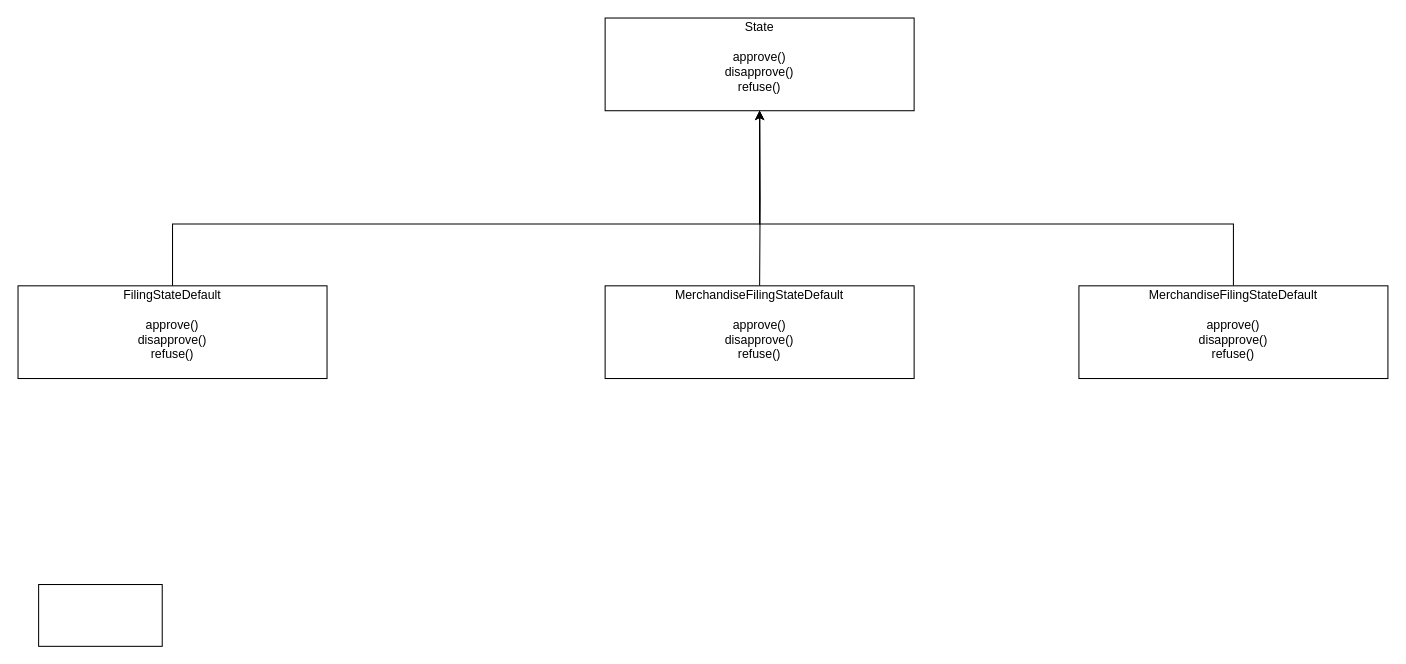
Earlier version of the draw.io diagram Untitled Diagram.drawio (cavs-coder/diagrams). Source tidied: cells renumbered, new cells numbered last; positions are measured from the earlier drawing's top-left corner, leaving out a move shared by most shapes. Both pictures are drawn from the tidied source at 103%, with x=0, y=0 at pixel (18, 18).
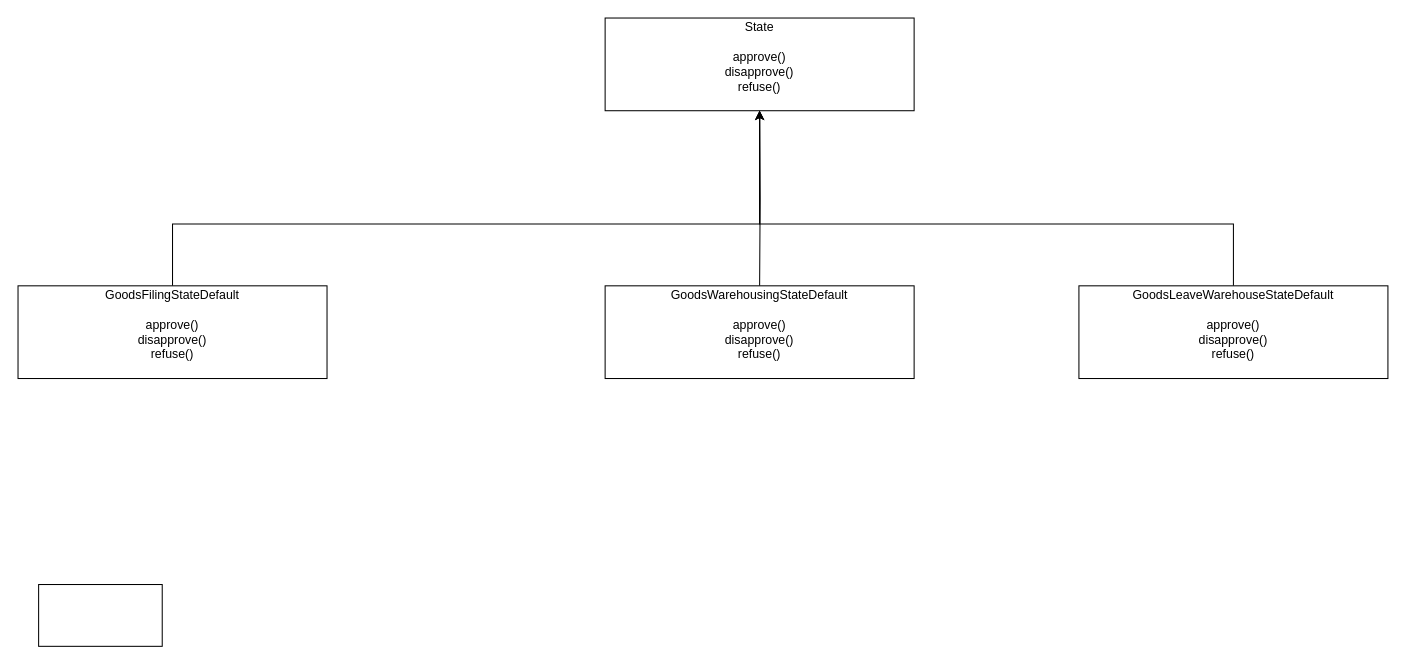
Above is the later version.

The edit, as a diff of the source:
```diff
@@
 <mxGraphModel>
   <root>
     <mxCell id="0" />
     <mxCell id="1" parent="0" />
     <mxCell id="2" value="&lt;span style=&quot;background-color: initial;&quot;&gt;State&lt;br&gt;&lt;br&gt;approve()&lt;br&gt;disapprove()&lt;br&gt;refuse()&lt;br&gt;&lt;br&gt;&lt;/span&gt;" style="rounded=0;whiteSpace=wrap;html=1;" parent="1" vertex="1">
       <mxGeometry x="570" width="300" height="90" as="geometry" />
     </mxCell>
     <mxCell id="3" style="edgeStyle=orthogonalEdgeStyle;rounded=0;jettySize=auto;html=1;entryX=0.5;entryY=1;entryDx=0;entryDy=0;" parent="1" edge="1" target="2">
       <mxGeometry relative="1" as="geometry">
         <mxPoint x="720" y="260" as="sourcePoint" />
       </mxGeometry>
     </mxCell>
     <mxCell id="4" style="rounded=0;whiteSpace=wrap;html=1;" parent="1" vertex="1">
       <mxGeometry x="20" y="550" width="120" height="60" as="geometry" />
     </mxCell>
     <mxCell id="5" style="edgeStyle=orthogonalEdgeStyle;rounded=0;jettySize=auto;html=1;entryX=0.5;entryY=1;entryDx=0;entryDy=0;" parent="1" edge="1" source="6" target="2">
       <mxGeometry relative="1" as="geometry">
         <Array as="points">
           <mxPoint x="150" y="200" />
           <mxPoint x="720" y="200" />
         </Array>
       </mxGeometry>
     </mxCell>
-    <mxCell id="6" value="FilingStateDefault&lt;span style=&quot;background-color: initial;&quot;&gt;&lt;br&gt;&lt;br&gt;approve()&lt;br&gt;disapprove()&lt;br&gt;refuse()&lt;br&gt;&lt;br&gt;&lt;/span&gt;" style="rounded=0;whiteSpace=wrap;html=1;" parent="1" vertex="1">
+    <mxCell id="6" value="GoodsFilingStateDefault&lt;span style=&quot;background-color: initial;&quot;&gt;&lt;br&gt;&lt;br&gt;approve()&lt;br&gt;disapprove()&lt;br&gt;refuse()&lt;br&gt;&lt;br&gt;&lt;/span&gt;" style="rounded=0;whiteSpace=wrap;html=1;" parent="1" vertex="1">
       <mxGeometry y="260" width="300" height="90" as="geometry" />
     </mxCell>
-    <mxCell id="7" value="MerchandiseFilingStateDefault&lt;span style=&quot;background-color: initial;&quot;&gt;&lt;br&gt;&lt;br&gt;approve()&lt;br&gt;disapprove()&lt;br&gt;refuse()&lt;br&gt;&lt;br&gt;&lt;/span&gt;" style="rounded=0;whiteSpace=wrap;html=1;" parent="1" vertex="1">
+    <mxCell id="7" value="GoodsWarehousingStateDefault&lt;span style=&quot;background-color: initial;&quot;&gt;&lt;br&gt;&lt;br&gt;approve()&lt;br&gt;disapprove()&lt;br&gt;refuse()&lt;br&gt;&lt;br&gt;&lt;/span&gt;" style="rounded=0;whiteSpace=wrap;html=1;" parent="1" vertex="1">
       <mxGeometry x="570" y="260" width="300" height="90" as="geometry" />
     </mxCell>
     <mxCell id="8" style="edgeStyle=orthogonalEdgeStyle;rounded=0;jettySize=auto;html=1;entryX=0.5;entryY=1;entryDx=0;entryDy=0;" parent="1" edge="1" source="9" target="2">
       <mxGeometry relative="1" as="geometry">
         <Array as="points">
           <mxPoint x="1180" y="200" />
           <mxPoint x="720" y="200" />
         </Array>
       </mxGeometry>
     </mxCell>
-    <mxCell id="9" value="MerchandiseFilingStateDefault&lt;span style=&quot;background-color: initial;&quot;&gt;&lt;br&gt;&lt;br&gt;approve()&lt;br&gt;disapprove()&lt;br&gt;refuse()&lt;br&gt;&lt;br&gt;&lt;/span&gt;" style="rounded=0;whiteSpace=wrap;html=1;" parent="1" vertex="1">
+    <mxCell id="9" value="GoodsLeaveWarehouseStateDefault&lt;span style=&quot;background-color: initial;&quot;&gt;&lt;br&gt;&lt;br&gt;approve()&lt;br&gt;disapprove()&lt;br&gt;refuse()&lt;br&gt;&lt;br&gt;&lt;/span&gt;" style="rounded=0;whiteSpace=wrap;html=1;" parent="1" vertex="1">
       <mxGeometry x="1030" y="260" width="300" height="90" as="geometry" />
     </mxCell>
   </root>
 </mxGraphModel>
```
